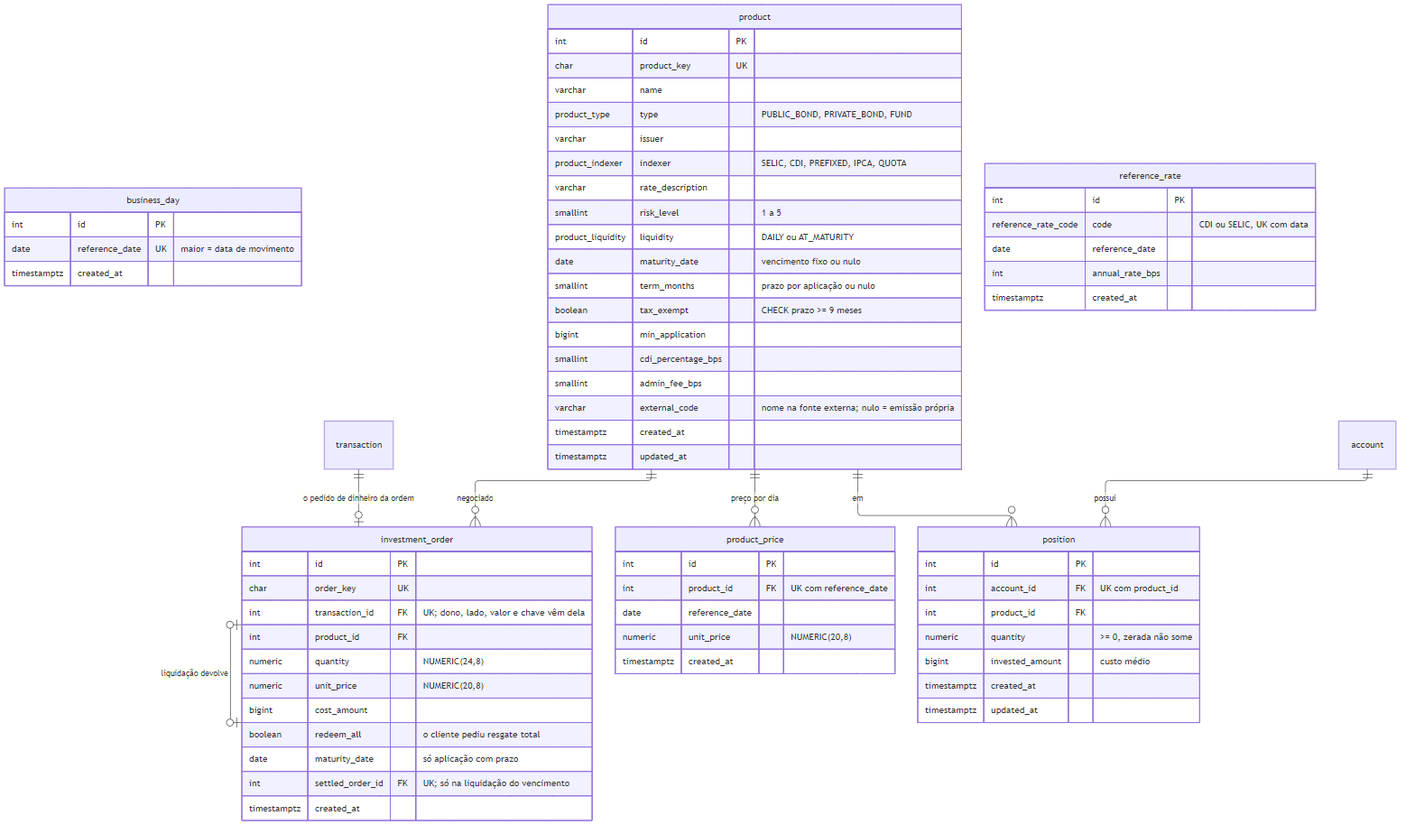
The Mermaid diagram docs/diagramas/er-produtos-e-ordens.png in heluylucas/bootcamp-qi-tech-presidas-, before a commit. Its source is kept beside it as docs/diagramas/er-produtos-e-ordens.mmd.
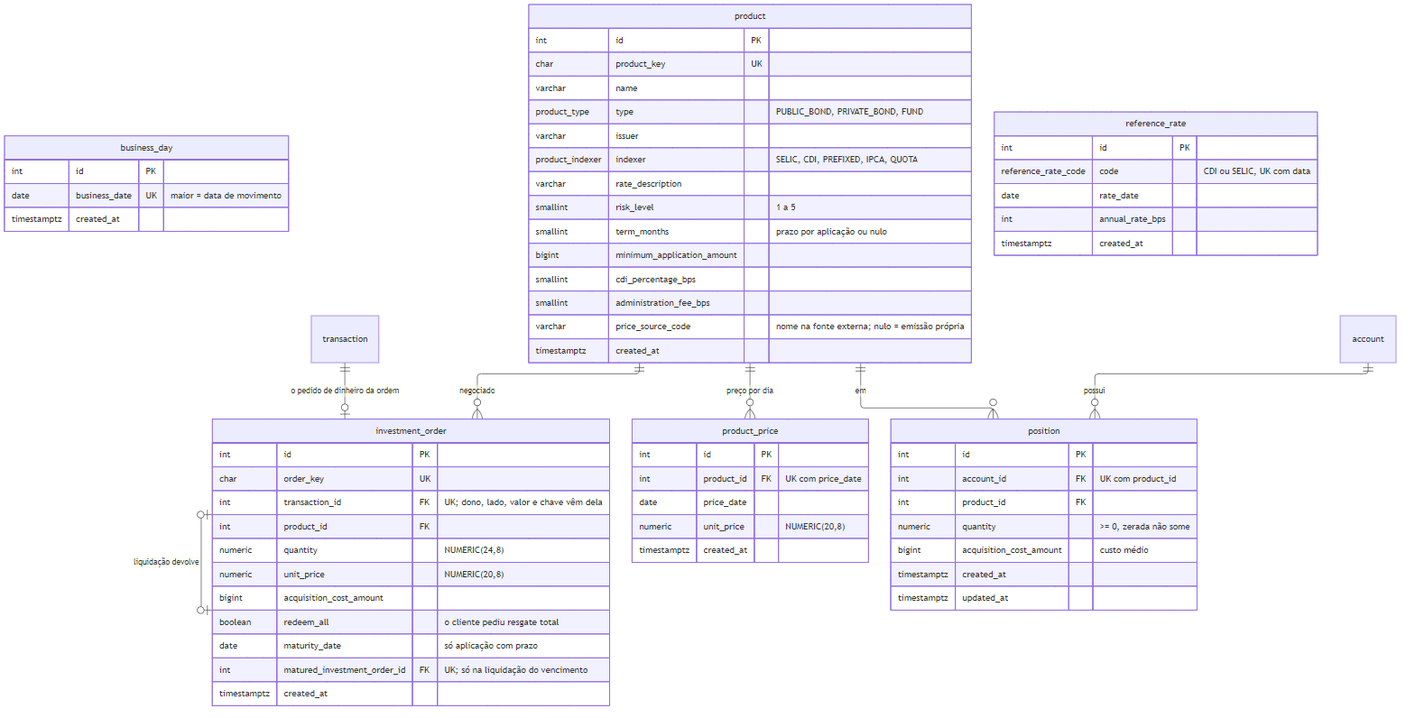
Later version of the same file.

Diff of the diagram source:
```diff
@@ -22,33 +22,29 @@
         product_indexer indexer "SELIC, CDI, PREFIXED, IPCA, QUOTA"
         varchar rate_description
         smallint risk_level "1 a 5"
-        product_liquidity liquidity "DAILY ou AT_MATURITY"
-        date maturity_date "vencimento fixo ou nulo"
         smallint term_months "prazo por aplicação ou nulo"
-        boolean tax_exempt "CHECK prazo >= 9 meses"
-        bigint min_application
+        bigint minimum_application_amount
         smallint cdi_percentage_bps
-        smallint admin_fee_bps
-        varchar external_code "nome na fonte externa; nulo = emissão própria"
+        smallint administration_fee_bps
+        varchar price_source_code "nome na fonte externa; nulo = emissão própria"
         timestamptz created_at
-        timestamptz updated_at
     }
     product_price {
         int id PK
-        int product_id FK "UK com reference_date"
-        date reference_date
+        int product_id FK "UK com price_date"
+        date price_date
         numeric unit_price "NUMERIC(20,8)"
         timestamptz created_at
     }
     business_day {
         int id PK
-        date reference_date UK "maior = data de movimento"
+        date business_date UK "maior = data de movimento"
         timestamptz created_at
     }
     reference_rate {
         int id PK
         reference_rate_code code "CDI ou SELIC, UK com data"
-        date reference_date
+        date rate_date
         int annual_rate_bps
         timestamptz created_at
     }
@@ -59,10 +55,10 @@
         int product_id FK
         numeric quantity "NUMERIC(24,8)"
         numeric unit_price "NUMERIC(20,8)"
-        bigint cost_amount
+        bigint acquisition_cost_amount
         boolean redeem_all "o cliente pediu resgate total"
         date maturity_date "só aplicação com prazo"
-        int settled_order_id FK "UK; só na liquidação do vencimento"
+        int matured_investment_order_id FK "UK; só na liquidação do vencimento"
         timestamptz created_at
     }
     position {
@@ -70,7 +66,7 @@
         int account_id FK "UK com product_id"
         int product_id FK
         numeric quantity ">= 0, zerada não some"
-        bigint invested_amount "custo médio"
+        bigint acquisition_cost_amount "custo médio"
         timestamptz created_at
         timestamptz updated_at
     }
```
